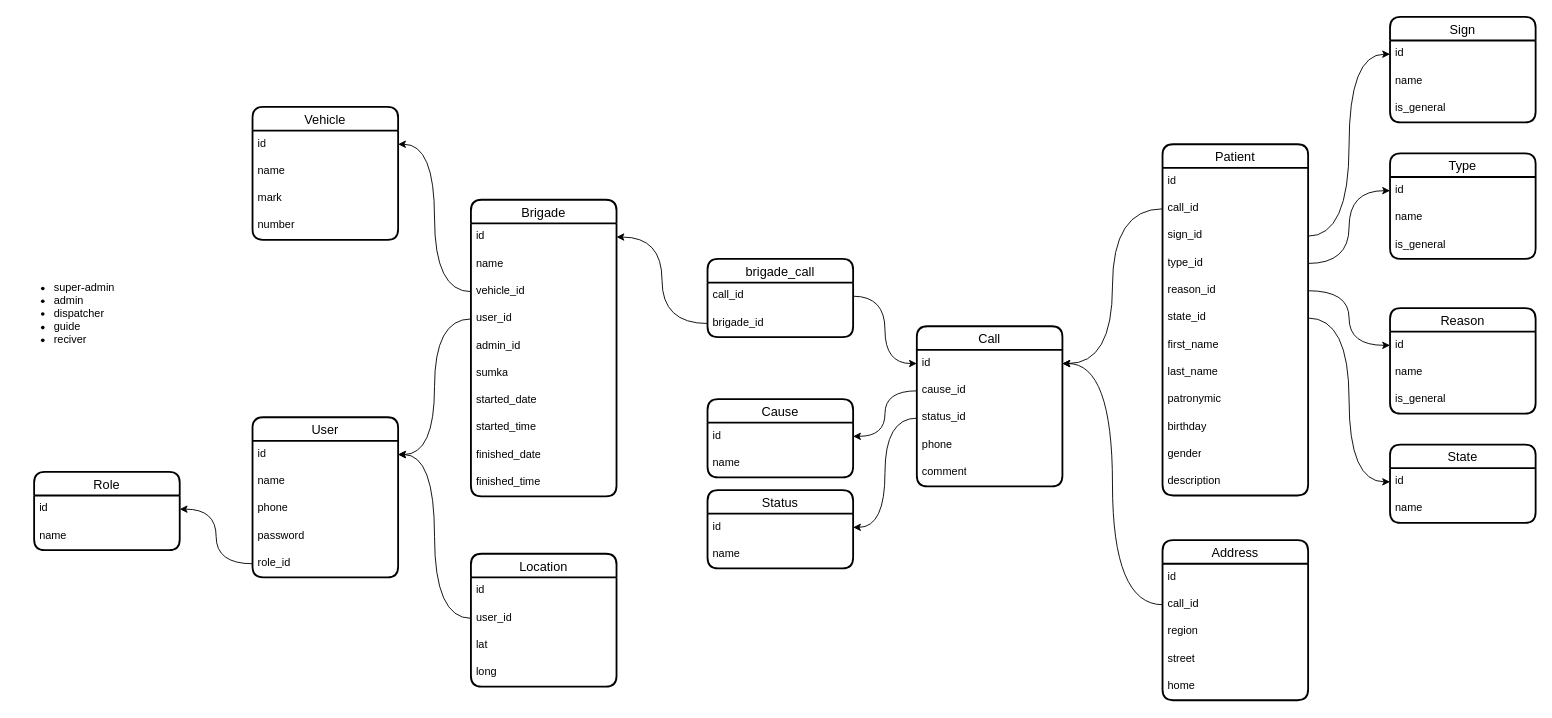
Above: karsoft-103.drawio in iztileuoff/databases (draw.io), before the change. Source tidied: cells renumbered, new cells numbered last; positions are measured from the earlier drawing's top-left corner, leaving out a move shared by most shapes. Both pictures are drawn from the tidied source at 91%, with x=0, y=0 at pixel (15, 16).
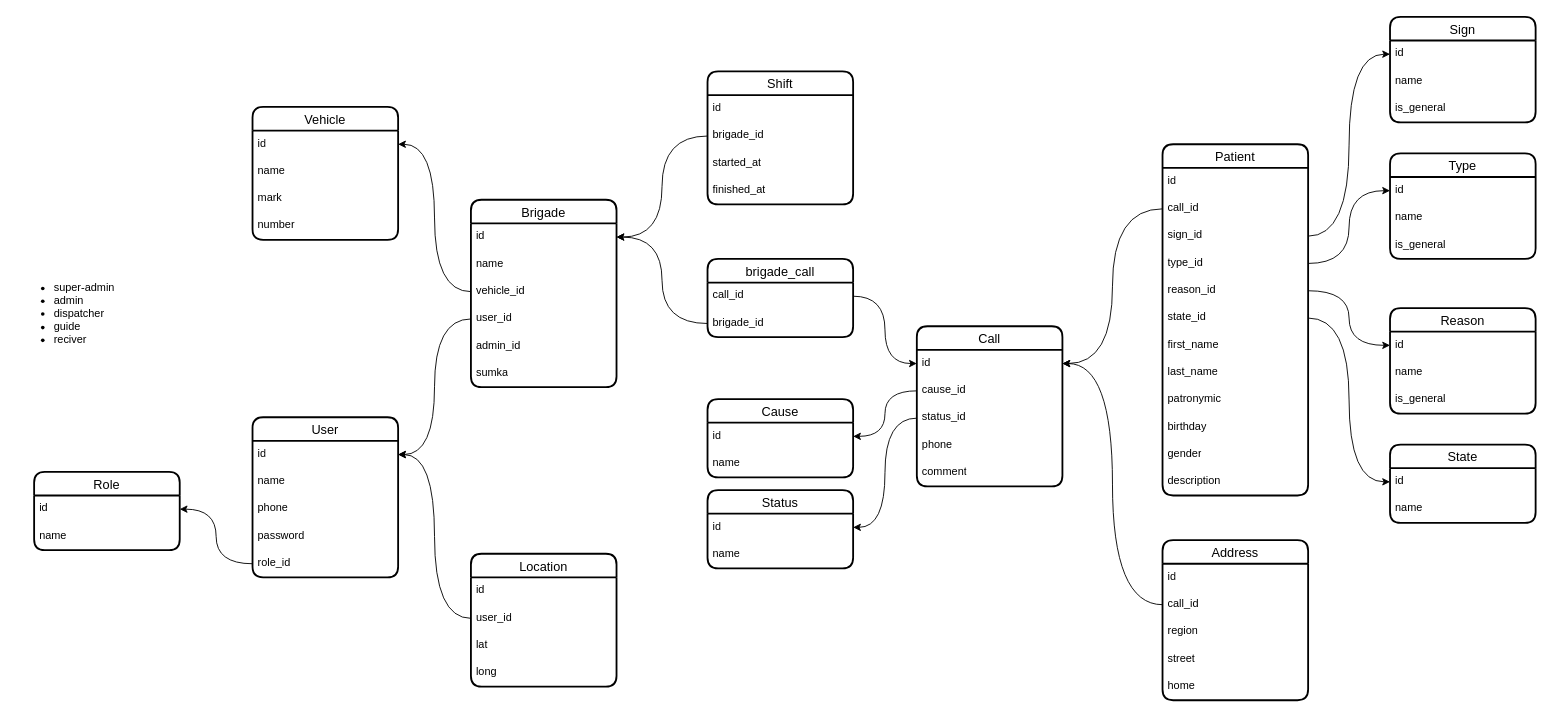
After the change.

Unchanged cells that the change refers to:
```xml
<mxCell id="72" value="id" style="text;strokeColor=none;fillColor=none;spacingLeft=4;spacingRight=4;overflow=hidden;points=[[0,0.5],[1,0.5]];portConstraint=eastwest;fontSize=12;whiteSpace=wrap;html=1;" parent="71" vertex="1">
  <mxGeometry y="26" width="160" height="30" as="geometry" />
</mxCell>
```

Change to the diagram source:
```diff
@@
     <mxCell id="71" value="Brigade" style="swimlane;fontStyle=0;horizontal=1;startSize=26;align=center;fontSize=14;strokeWidth=2;rounded=1;shadow=0;glass=0;swimlaneLine=1;" parent="1" vertex="1">
-      <mxGeometry x="500" y="201" width="160" height="326" as="geometry" />
+      <mxGeometry x="500" y="201" width="160" height="206" as="geometry" />
     </mxCell>
@@
-    <mxCell id="78" value="started_date" style="text;strokeColor=none;fillColor=none;spacingLeft=4;spacingRight=4;overflow=hidden;fontSize=12;whiteSpace=wrap;html=1;" parent="71" vertex="1">
-      <mxGeometry y="206" width="160" height="30" as="geometry" />
-    </mxCell>
-    <mxCell id="79" value="started_time" style="text;strokeColor=none;fillColor=none;spacingLeft=4;spacingRight=4;overflow=hidden;fontSize=12;whiteSpace=wrap;html=1;" parent="71" vertex="1">
-      <mxGeometry y="236" width="160" height="30" as="geometry" />
-    </mxCell>
-    <mxCell id="80" value="finished_date" style="text;strokeColor=none;fillColor=none;spacingLeft=4;spacingRight=4;overflow=hidden;fontSize=12;whiteSpace=wrap;html=1;" parent="71" vertex="1">
-      <mxGeometry y="266" width="160" height="30" as="geometry" />
-    </mxCell>
-    <mxCell id="81" value="finished_time" style="text;strokeColor=none;fillColor=none;spacingLeft=4;spacingRight=4;overflow=hidden;fontSize=12;whiteSpace=wrap;html=1;" parent="71" vertex="1">
-      <mxGeometry y="296" width="160" height="30" as="geometry" />
-    </mxCell>
@@
+    <mxCell id="96" value="Shift" style="swimlane;fontStyle=0;horizontal=1;startSize=26;align=center;fontSize=14;strokeWidth=2;rounded=1;shadow=0;glass=0;swimlaneLine=1;" parent="1" vertex="1">
+      <mxGeometry x="760" y="60" width="160" height="146" as="geometry" />
+    </mxCell>
+    <mxCell id="97" value="id" style="text;strokeColor=none;fillColor=none;spacingLeft=4;spacingRight=4;overflow=hidden;fontSize=12;whiteSpace=wrap;html=1;" parent="96" vertex="1">
+      <mxGeometry y="26" width="160" height="30" as="geometry" />
+    </mxCell>
+    <mxCell id="98" value="brigade_id" style="text;strokeColor=none;fillColor=none;spacingLeft=4;spacingRight=4;overflow=hidden;points=[[0,0.5],[1,0.5]];portConstraint=eastwest;fontSize=12;whiteSpace=wrap;html=1;" parent="96" vertex="1">
+      <mxGeometry y="56" width="160" height="30" as="geometry" />
+    </mxCell>
+    <mxCell id="99" value="started_at" style="text;strokeColor=none;fillColor=none;spacingLeft=4;spacingRight=4;overflow=hidden;fontSize=12;whiteSpace=wrap;html=1;" parent="96" vertex="1">
+      <mxGeometry y="86" width="160" height="30" as="geometry" />
+    </mxCell>
+    <mxCell id="100" value="finished_at" style="text;strokeColor=none;fillColor=none;spacingLeft=4;spacingRight=4;overflow=hidden;fontSize=12;whiteSpace=wrap;html=1;" parent="96" vertex="1">
+      <mxGeometry y="116" width="160" height="30" as="geometry" />
+    </mxCell>
+    <mxCell id="101" style="edgeStyle=orthogonalEdgeStyle;rounded=0;jettySize=auto;html=1;entryX=1;entryY=0.5;entryDx=0;entryDy=0;curved=1;" parent="1" edge="1" source="98" target="72">
+      <mxGeometry relative="1" as="geometry" />
+    </mxCell>
```
